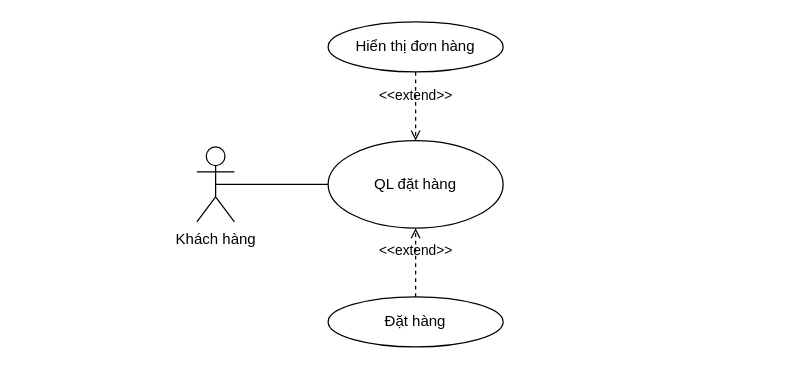
The draw.io diagram UC/UC_QUANLYDATHANG.drawio in hieuNV0871/da, before the edit. Source tidied: cells renumbered, new cells numbered last; positions are measured from the earlier drawing's top-left corner, leaving out a move shared by most shapes. Both pictures are drawn from the tidied source at 125%, with x=0, y=0 at pixel (196, 21).
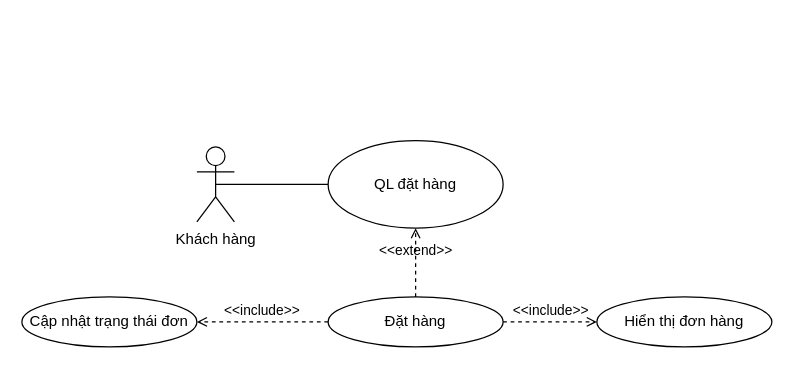
The same page after the edit.

Diff of the diagram source:
```diff
@@
 <mxGraphModel>
   <root>
     <mxCell id="0" />
     <mxCell id="1" parent="0" />
     <mxCell id="2" value="Khách hàng" style="shape=umlActor;verticalLabelPosition=bottom;verticalAlign=top;html=1;" parent="1" vertex="1">
       <mxGeometry y="100" width="30" height="60" as="geometry" />
     </mxCell>
     <mxCell id="3" value="QL đặt hàng" style="ellipse;whiteSpace=wrap;html=1;" parent="1" vertex="1">
       <mxGeometry x="105" y="95" width="140" height="70" as="geometry" />
     </mxCell>
     <mxCell id="4" value="Hiển thị đơn hàng" style="ellipse;whiteSpace=wrap;html=1;" parent="1" vertex="1">
-      <mxGeometry x="105" width="140" height="40" as="geometry" />
+      <mxGeometry x="320" y="220" width="140" height="40" as="geometry" />
     </mxCell>
-    <mxCell id="5" value="&amp;lt;&amp;lt;extend&amp;gt;&amp;gt;" style="html=1;verticalAlign=bottom;labelBackgroundColor=none;endArrow=open;endFill=0;dashed=1;rounded=0;entryX=0.5;entryY=0;entryDx=0;entryDy=0;exitX=0.5;exitY=1;exitDx=0;exitDy=0;" parent="1" edge="1" source="4" target="3">
-      <mxGeometry relative="1" as="geometry" />
-    </mxCell>
     <mxCell id="6" style="endArrow=none;html=1;rounded=0;exitX=0.5;exitY=0.5;exitDx=0;exitDy=0;exitPerimeter=0;entryX=0;entryY=0.5;entryDx=0;entryDy=0;" parent="1" edge="1" source="2" target="3">
       <mxGeometry relative="1" as="geometry" />
     </mxCell>
     <mxCell id="7" value="&amp;lt;&amp;lt;extend&amp;gt;&amp;gt;" style="html=1;verticalAlign=bottom;labelBackgroundColor=none;endArrow=open;endFill=0;dashed=1;rounded=0;entryX=0.5;entryY=1;entryDx=0;entryDy=0;exitX=0.5;exitY=0;exitDx=0;exitDy=0;" parent="1" edge="1" source="8" target="3">
       <mxGeometry relative="1" as="geometry" />
     </mxCell>
     <mxCell id="8" value="Đặt hàng" style="ellipse;whiteSpace=wrap;html=1;" parent="1" vertex="1">
       <mxGeometry x="105" y="220" width="140" height="40" as="geometry" />
     </mxCell>
+    <mxCell id="9" value="&amp;lt;&amp;lt;include&amp;gt;&amp;gt;" style="html=1;verticalAlign=bottom;labelBackgroundColor=none;endArrow=open;endFill=0;dashed=1;rounded=0;exitX=1;exitY=0.5;exitDx=0;exitDy=0;entryX=0;entryY=0.5;entryDx=0;entryDy=0;" parent="1" edge="1" source="8" target="4">
+      <mxGeometry relative="1" as="geometry" />
+    </mxCell>
+    <mxCell id="10" value="&amp;lt;&amp;lt;include&amp;gt;&amp;gt;" style="html=1;verticalAlign=bottom;labelBackgroundColor=none;endArrow=open;endFill=0;dashed=1;rounded=0;exitX=0;exitY=0.5;exitDx=0;exitDy=0;entryX=1;entryY=0.5;entryDx=0;entryDy=0;" parent="1" edge="1" source="8" target="11">
+      <mxGeometry relative="1" as="geometry" />
+    </mxCell>
+    <mxCell id="11" value="Cập nhật trạng thái đơn" style="ellipse;whiteSpace=wrap;html=1;" parent="1" vertex="1">
+      <mxGeometry x="-140" y="220" width="140" height="40" as="geometry" />
+    </mxCell>
   </root>
 </mxGraphModel>
```
